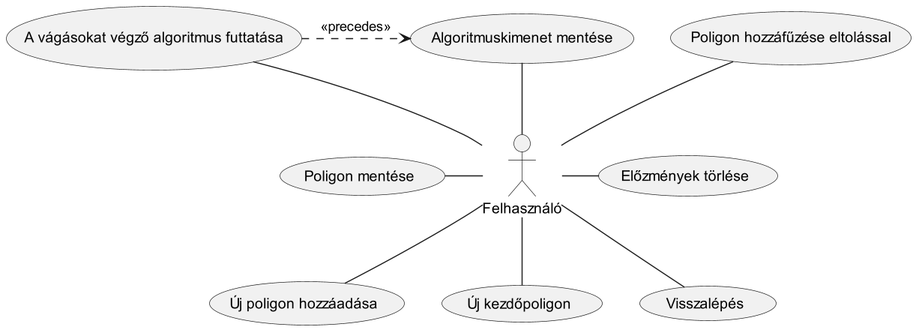
The PlantUML diagram Thesis/images/usecase_editor_actions.png in Isti01/PolygonSDF, before a commit.
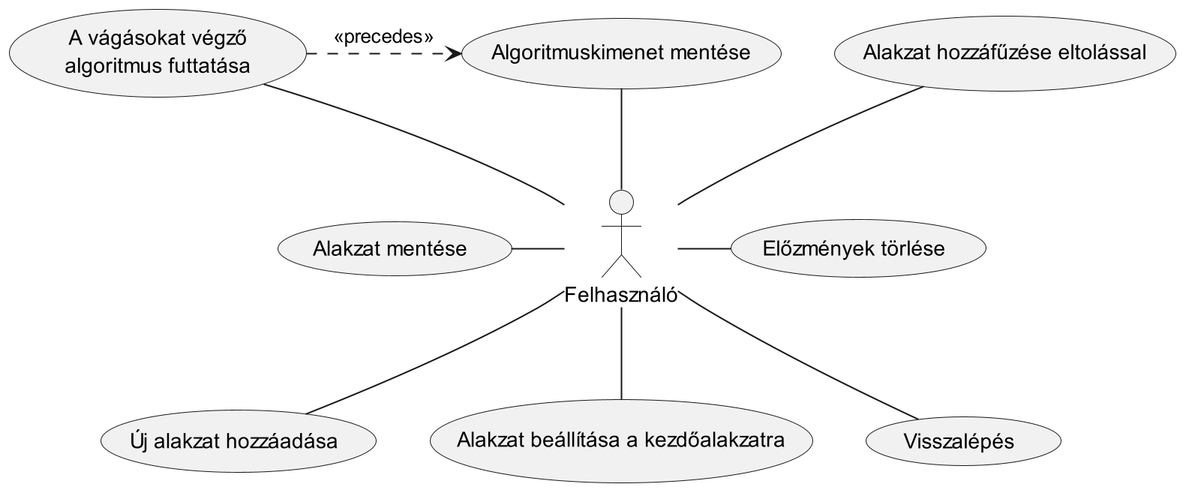
Later version of the same file.

Change to the diagram source:
```diff
@@ -2,13 +2,13 @@
 scale 2
 :Felhasználó: as user
 
-(Új poligon hozzáadása) as new_polygon
-(Új kezdőpoligon) as new_example_polygon
+(Új alakzat hozzáadása) as new_polygon
+(Alakzat beállítása a kezdőalakzatra) as new_example_polygon
 (Visszalépés) as undo
 (Előzmények törlése) as clear_history
-(A vágásokat végző algoritmus futtatása) as run_algorithm
-(Poligon hozzáfűzése eltolással) as add_polygon_with_offset
-(Poligon mentése) as save_polygon
+(A vágásokat végző\nalgoritmus futtatása) as run_algorithm
+(Alakzat hozzáfűzése eltolással) as add_polygon_with_offset
+(Alakzat mentése) as save_polygon
 (Algoritmuskimenet mentése) as save_algorithm_output
 
 
```
